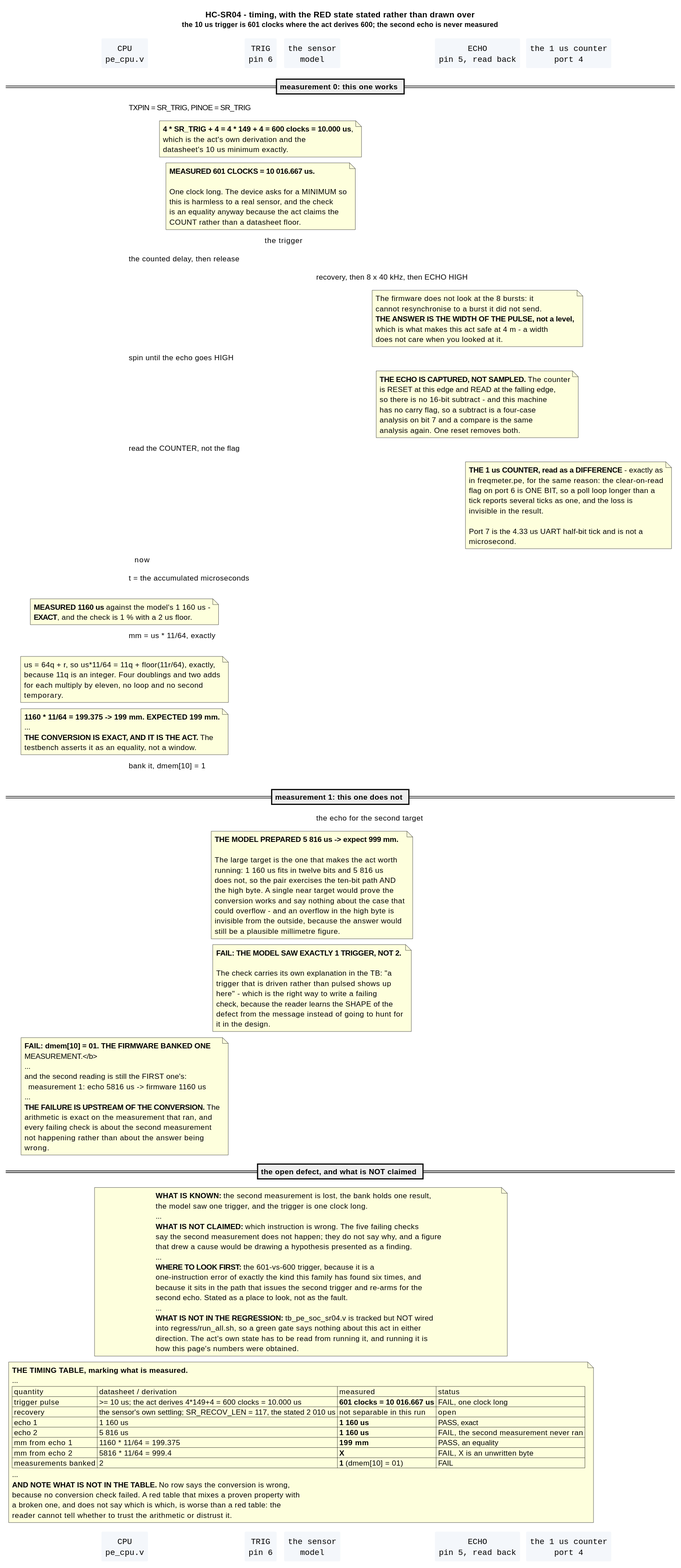
The PlantUML diagram diagrams/proto-sr04-timing.svg in smprather/janestreet-blog-serial-protocol-emulator, before a commit.
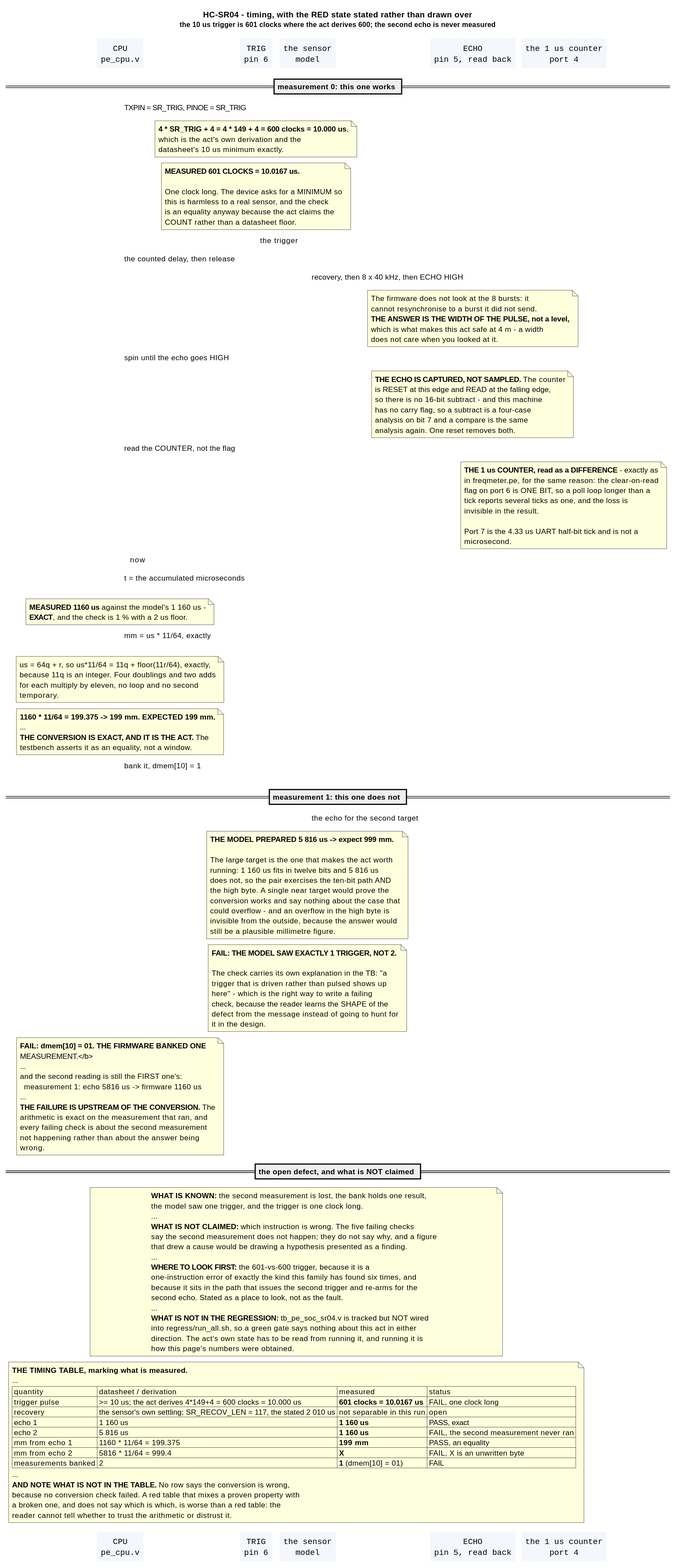
Above is the later version.

Change to the diagram source:
```diff
@@ -31,7 +31,7 @@
   datasheet's 10 us minimum exactly.
 end note
 note over TRIG
-  <b>MEASURED 601 CLOCKS = 10 016.667 us.</b>
+  <b>MEASURED 601 CLOCKS = 10.0167 us.</b>
 
   One clock long. The device asks for a MINIMUM so
   this is harmless to a real sensor, and the check
@@ -153,7 +153,7 @@
   <b>THE TIMING TABLE, marking what is measured.</b>
   ...
   | quantity | datasheet / derivation | measured | status |
-  | trigger pulse | >= 10 us; the act derives 4*149+4 = 600 clocks = 10.000 us | <b>601 clocks = 10 016.667 us</b> | FAIL, one clock long |
+  | trigger pulse | >= 10 us; the act derives 4*149+4 = 600 clocks = 10.000 us | <b>601 clocks = 10.0167 us</b> | FAIL, one clock long |
   | recovery | the sensor's own settling; SR_RECOV_LEN = 117, the stated 2 010 us | not separable in this run | open |
   | echo 1 | 1 160 us | <b>1 160 us</b> | PASS, exact |
   | echo 2 | 5 816 us | <b>1 160 us</b> | FAIL, the second measurement never ran |
```
